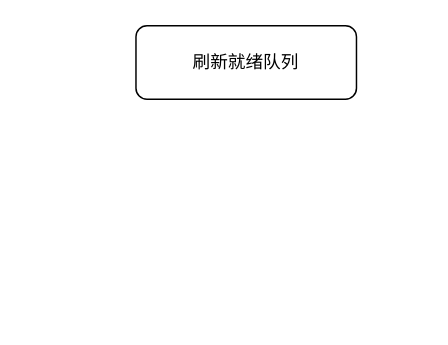
The draw.io diagram Untitled Diagram.drawio in ztq1217/javatest, before the edit. Source tidied: cells renumbered, new cells numbered last; positions are measured from the earlier drawing's top-left corner, leaving out a move shared by most shapes. Both pictures are drawn from the tidied source at 147%, with x=0, y=0 at pixel (135, 25).
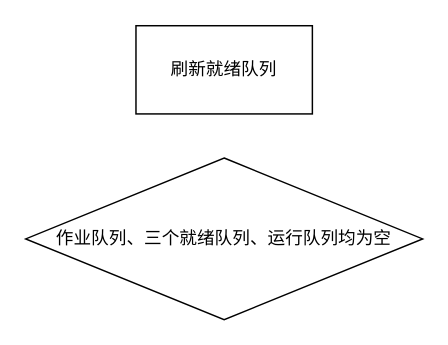
Above is the later version.

Change to the diagram source:
```diff
@@
 <mxGraphModel>
   <root>
     <mxCell id="0" />
     <mxCell id="1" parent="0" />
+    <mxCell id="3" value="作业队列、三个就绪队列、运行队列均为空" style="rhombus;whiteSpace=wrap;html=1;" parent="1" vertex="1">
+      <mxGeometry x="-75" y="90" width="270" height="110" as="geometry" />
+    </mxCell>
-    <mxCell id="2" value="刷新就绪队列" style="rounded=1;whiteSpace=wrap;html=1;" parent="1" vertex="1">
-      <mxGeometry width="150" height="50" as="geometry" />
+    <mxCell id="2" value="刷新就绪队列" style="rounded=0;whiteSpace=wrap;html=1;" parent="1" vertex="1">
+      <mxGeometry width="120" height="60" as="geometry" />
     </mxCell>
   </root>
 </mxGraphModel>
```
